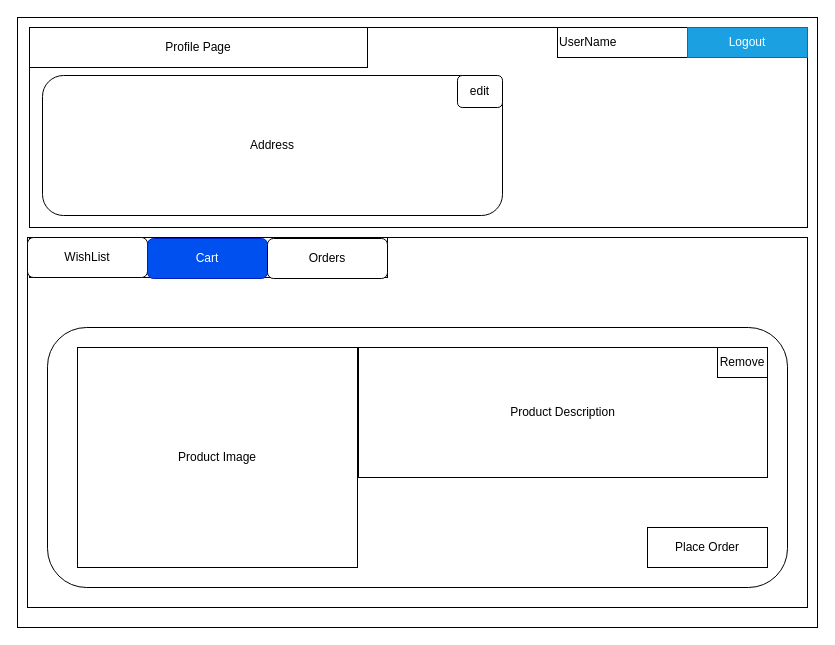
This is cart-ms-wireframe.drawio from AlphacodelabsDemo/E-Commerce-App, a draw.io file, before an edit. Source tidied: cells renumbered, new cells numbered last; positions are measured from the earlier drawing's top-left corner, leaving out a move shared by most shapes. Both pictures are drawn from the tidied source at 100%, with x=0, y=0 at pixel (17, 17).
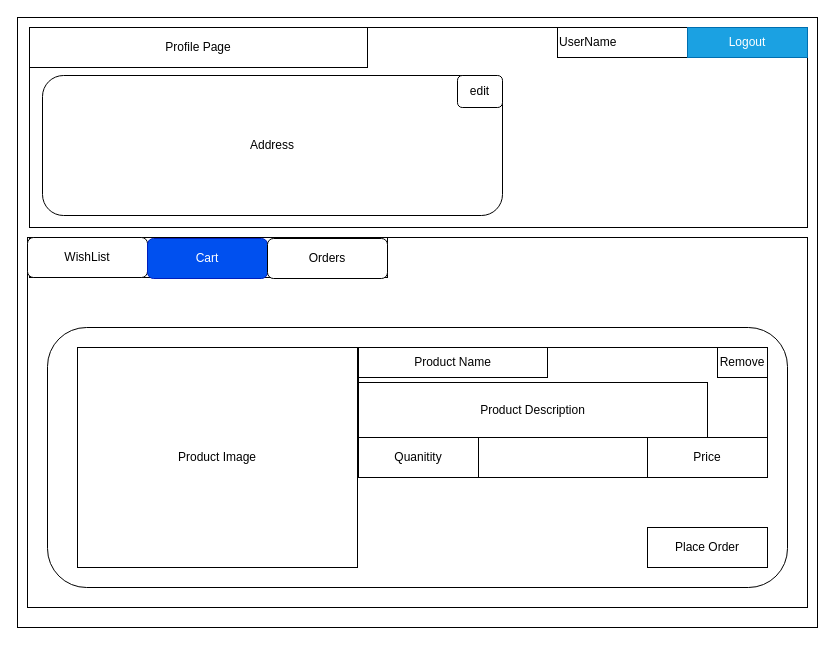
After the change.

Diff of the diagram source:
```diff
@@
-    <mxCell id="12" value="Product Description" style="rounded=0;whiteSpace=wrap;html=1;" parent="1" vertex="1">
-      <mxGeometry x="341" y="330" width="409" height="130" as="geometry" />
-    </mxCell>
+    <mxCell id="19" style="rounded=0;whiteSpace=wrap;html=1;" parent="1" vertex="1">
+      <mxGeometry x="341" y="330" width="409" height="130" as="geometry" />
+    </mxCell>
@@
+    <mxCell id="20" value="Product Name" style="rounded=0;whiteSpace=wrap;html=1;" parent="1" vertex="1">
+      <mxGeometry x="341" y="330" width="189" height="30" as="geometry" />
+    </mxCell>
+    <mxCell id="12" value="Product Description" style="rounded=0;whiteSpace=wrap;html=1;" parent="1" vertex="1">
+      <mxGeometry x="341" y="365" width="349" height="55" as="geometry" />
+    </mxCell>
+    <mxCell id="21" value="Quanitity" style="rounded=0;whiteSpace=wrap;html=1;" parent="1" vertex="1">
+      <mxGeometry x="341" y="420" width="120" height="40" as="geometry" />
+    </mxCell>
+    <mxCell id="22" value="Price" style="rounded=0;whiteSpace=wrap;html=1;" parent="1" vertex="1">
+      <mxGeometry x="630" y="420" width="120" height="40" as="geometry" />
+    </mxCell>
```
